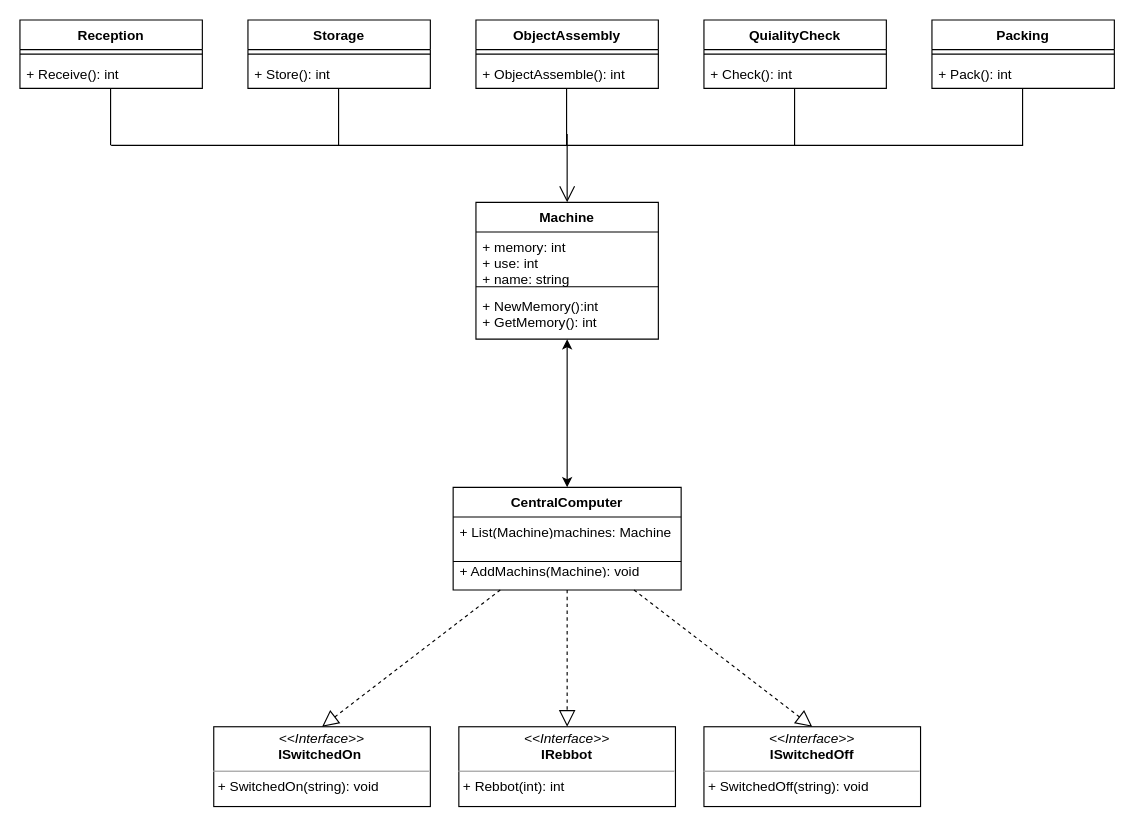
This is page "Parte 1" (1 of 2) of Parte 1 UML.drawio from ICC3101-202010/laboratorio-04-mabinder96, a draw.io file, before an edit. Source tidied: cells renumbered, new cells numbered last; positions are measured from the earlier drawing's top-left corner, leaving out a move shared by most shapes. Both pictures are drawn from the tidied source at 114%, with x=0, y=0 at pixel (19, 19).
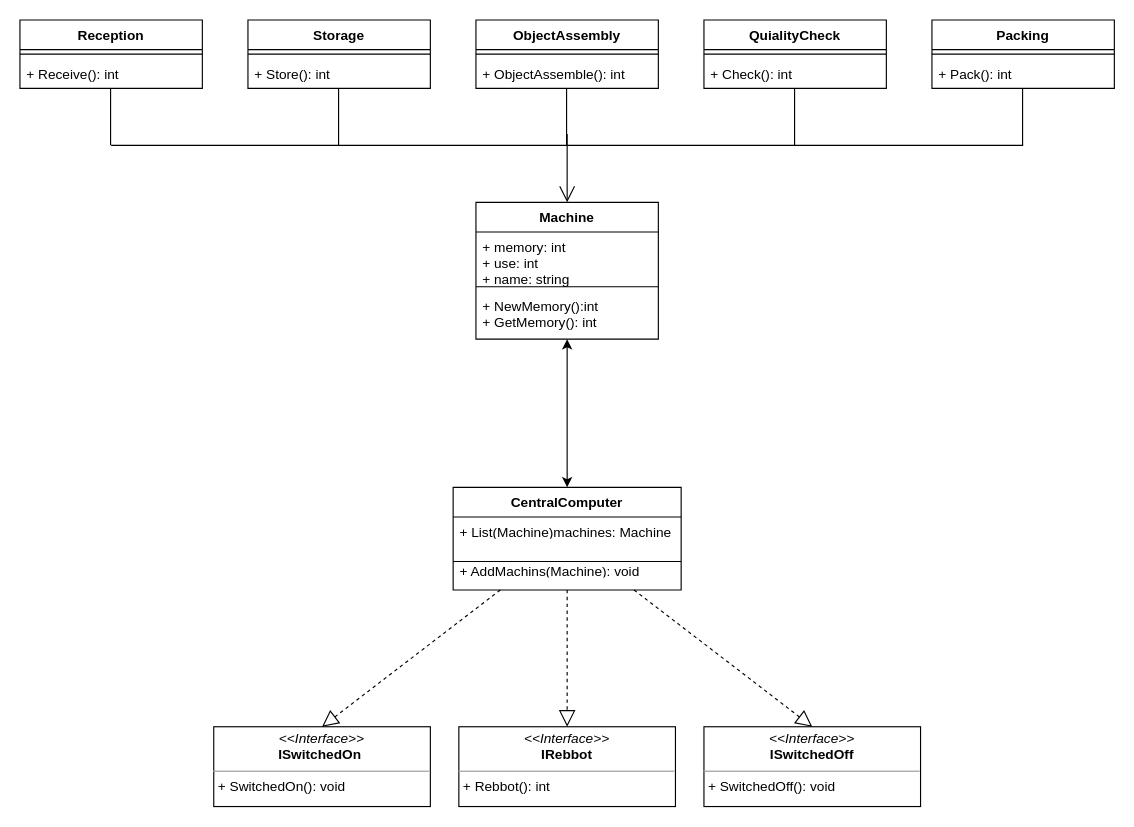
Above is the later version.

Commit message (it also covers changes not shown here):
Parte 1 y 2 listas

Change to the diagram source:
```diff
@@
-    <mxCell id="18" value="&lt;p style=&quot;margin: 0px ; margin-top: 4px ; text-align: center&quot;&gt;&lt;i&gt;&amp;lt;&amp;lt;Interface&amp;gt;&amp;gt;&lt;/i&gt;&lt;br&gt;&lt;b&gt;ISwitchedOff&lt;/b&gt;&lt;br&gt;&lt;/p&gt;&lt;hr size=&quot;1&quot;&gt;&lt;p style=&quot;margin: 0px ; margin-left: 4px&quot;&gt;&lt;/p&gt;&lt;p style=&quot;margin: 0px ; margin-left: 4px&quot;&gt;+ SwitchedOff(string): void&lt;br&gt;&lt;/p&gt;" style="verticalAlign=top;align=left;overflow=fill;fontSize=12;fontFamily=Helvetica;html=1;" parent="1" vertex="1">
+    <mxCell id="18" value="&lt;p style=&quot;margin: 0px ; margin-top: 4px ; text-align: center&quot;&gt;&lt;i&gt;&amp;lt;&amp;lt;Interface&amp;gt;&amp;gt;&lt;/i&gt;&lt;br&gt;&lt;b&gt;ISwitchedOff&lt;/b&gt;&lt;br&gt;&lt;/p&gt;&lt;hr size=&quot;1&quot;&gt;&lt;p style=&quot;margin: 0px ; margin-left: 4px&quot;&gt;&lt;/p&gt;&lt;p style=&quot;margin: 0px ; margin-left: 4px&quot;&gt;+ SwitchedOff(): void&lt;br&gt;&lt;/p&gt;" style="verticalAlign=top;align=left;overflow=fill;fontSize=12;fontFamily=Helvetica;html=1;" parent="1" vertex="1">
       <mxGeometry x="600" y="620" width="190" height="70" as="geometry" />
     </mxCell>
-    <mxCell id="19" value="&lt;p style=&quot;margin: 0px ; margin-top: 4px ; text-align: center&quot;&gt;&lt;i&gt;&amp;lt;&amp;lt;Interface&amp;gt;&amp;gt;&lt;/i&gt;&lt;br&gt;&lt;b&gt;IRebbot&lt;/b&gt;&lt;/p&gt;&lt;hr size=&quot;1&quot;&gt;&lt;p style=&quot;margin: 0px ; margin-left: 4px&quot;&gt;+ Rebbot(int): int&lt;br&gt;&lt;/p&gt;" style="verticalAlign=top;align=left;overflow=fill;fontSize=12;fontFamily=Helvetica;html=1;" parent="1" vertex="1">
+    <mxCell id="19" value="&lt;p style=&quot;margin: 0px ; margin-top: 4px ; text-align: center&quot;&gt;&lt;i&gt;&amp;lt;&amp;lt;Interface&amp;gt;&amp;gt;&lt;/i&gt;&lt;br&gt;&lt;b&gt;IRebbot&lt;/b&gt;&lt;/p&gt;&lt;hr size=&quot;1&quot;&gt;&lt;p style=&quot;margin: 0px ; margin-left: 4px&quot;&gt;+ Rebbot(): int&lt;br&gt;&lt;/p&gt;" style="verticalAlign=top;align=left;overflow=fill;fontSize=12;fontFamily=Helvetica;html=1;" parent="1" vertex="1">
       <mxGeometry x="385" y="620" width="190" height="70" as="geometry" />
     </mxCell>
-    <mxCell id="20" value="&lt;p style=&quot;margin: 0px ; margin-top: 4px ; text-align: center&quot;&gt;&lt;i&gt;&amp;lt;&amp;lt;Interface&amp;gt;&amp;gt;&lt;/i&gt;&lt;br&gt;&lt;b&gt;ISwitchedOn&lt;/b&gt;&lt;span style=&quot;text-align: left&quot;&gt;&amp;nbsp;&lt;/span&gt;&lt;/p&gt;&lt;hr size=&quot;1&quot;&gt;&lt;p style=&quot;margin: 0px ; margin-left: 4px&quot;&gt;+ SwitchedOn(string): void&lt;br&gt;&lt;/p&gt;" style="verticalAlign=top;align=left;overflow=fill;fontSize=12;fontFamily=Helvetica;html=1;" parent="1" vertex="1">
+    <mxCell id="20" value="&lt;p style=&quot;margin: 0px ; margin-top: 4px ; text-align: center&quot;&gt;&lt;i&gt;&amp;lt;&amp;lt;Interface&amp;gt;&amp;gt;&lt;/i&gt;&lt;br&gt;&lt;b&gt;ISwitchedOn&lt;/b&gt;&lt;span style=&quot;text-align: left&quot;&gt;&amp;nbsp;&lt;/span&gt;&lt;/p&gt;&lt;hr size=&quot;1&quot;&gt;&lt;p style=&quot;margin: 0px ; margin-left: 4px&quot;&gt;+ SwitchedOn(): void&lt;br&gt;&lt;/p&gt;" style="verticalAlign=top;align=left;overflow=fill;fontSize=12;fontFamily=Helvetica;html=1;" parent="1" vertex="1">
       <mxGeometry x="170" y="620" width="190" height="70" as="geometry" />
     </mxCell>
```
